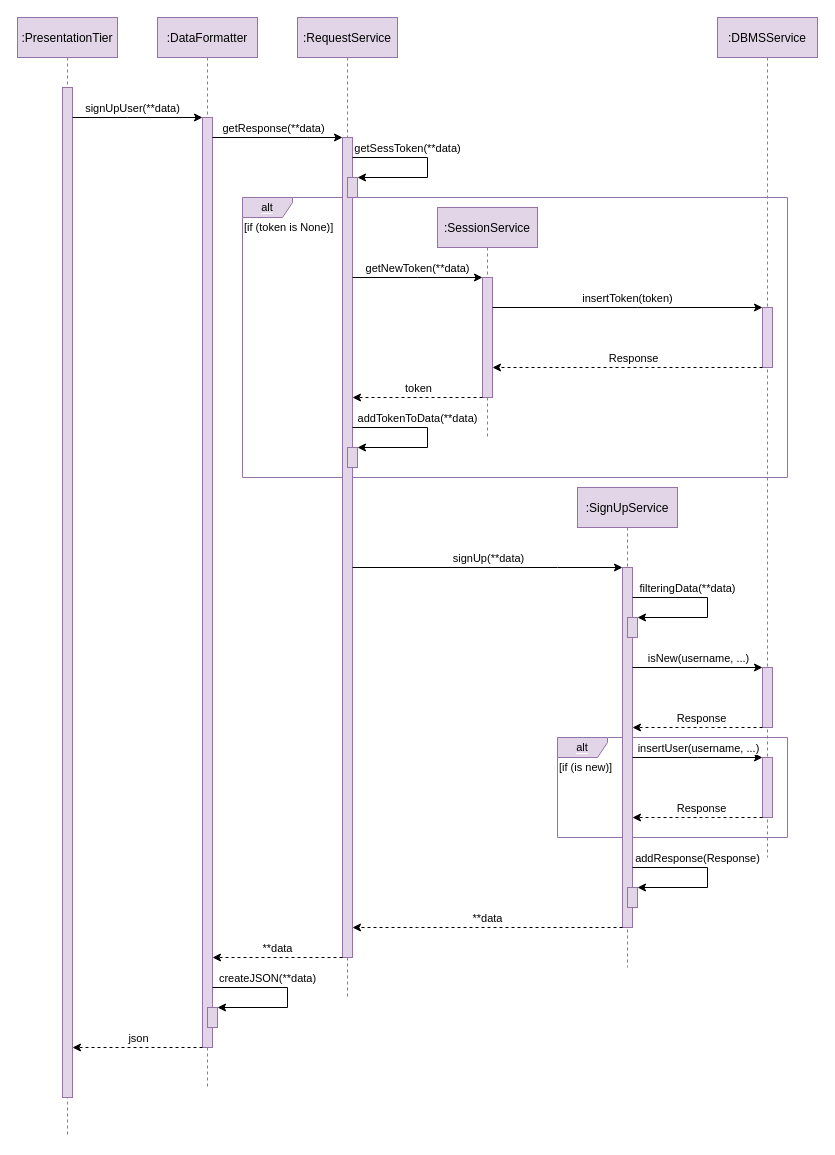
Above: DD/drawio_diagrams/signUp_sequence_diagram.drawio in damiano1996/DerinValencic (draw.io), before the change. Source tidied: cells renumbered, new cells numbered last; positions are measured from the earlier drawing's top-left corner, leaving out a move shared by most shapes. Both pictures are drawn from the tidied source at 100%, with x=0, y=0 at pixel (17, 17).
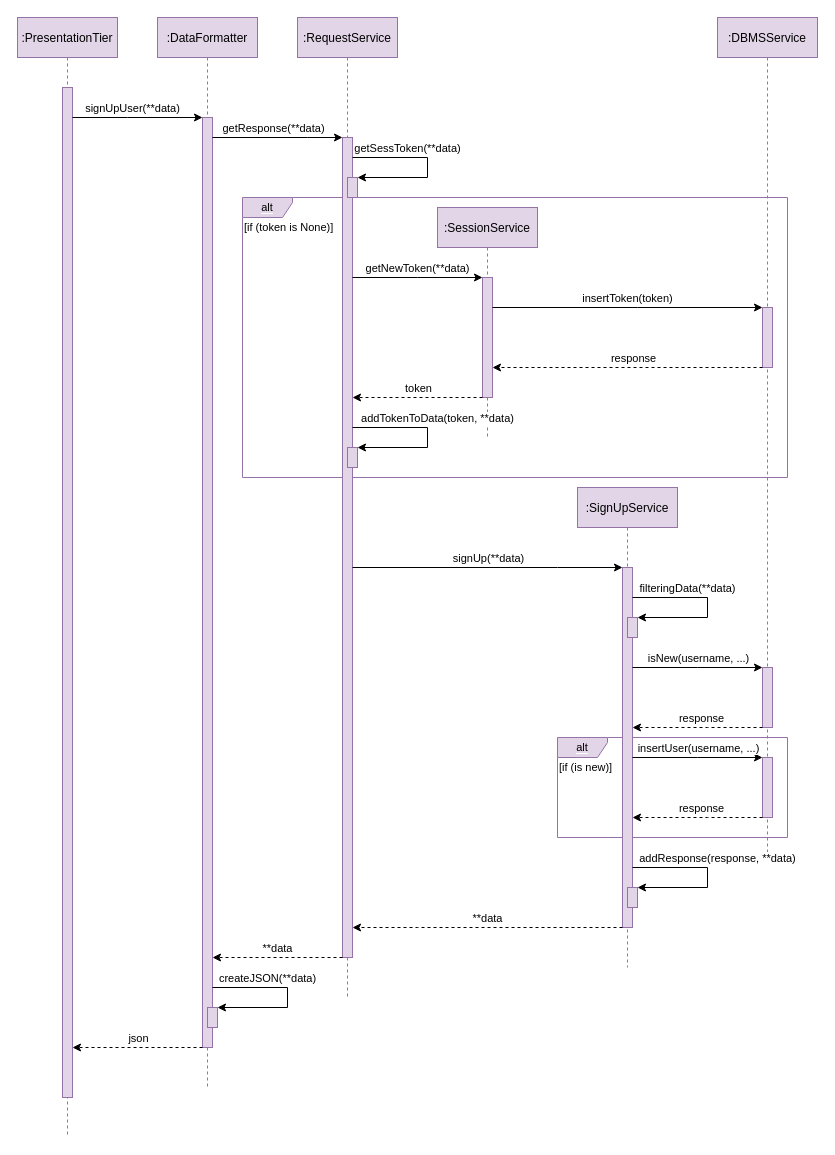
Above is the later version.

The change refers to these unchanged cells:
```xml
<mxCell id="20" style="edgeStyle=orthogonalEdgeStyle;rounded=0;jettySize=auto;html=1;fontSize=11;dashed=1;" parent="14" edge="1" source="17">
  <mxGeometry relative="1" as="geometry">
    <mxPoint x="-85" y="800" as="targetPoint" />
    <Array as="points">
      <mxPoint x="-10" y="800" />
      <mxPoint x="-10" y="800" />
    </Array>
  </mxGeometry>
</mxCell>
<mxCell id="34" style="edgeStyle=orthogonalEdgeStyle;rounded=0;jettySize=auto;html=1;fontSize=11;dashed=1;" parent="1" edge="1" source="15" target="11">
  <mxGeometry relative="1" as="geometry">
    <Array as="points">
      <mxPoint x="530" y="350" />
      <mxPoint x="530" y="350" />
    </Array>
  </mxGeometry>
</mxCell>
<mxCell id="39" style="edgeStyle=orthogonalEdgeStyle;rounded=0;jettySize=auto;html=1;fontSize=11;" parent="1" edge="1" target="38">
  <mxGeometry relative="1" as="geometry">
    <mxPoint x="335" y="410" as="sourcePoint" />
    <Array as="points">
      <mxPoint x="410" y="410" />
      <mxPoint x="410" y="430" />
    </Array>
  </mxGeometry>
</mxCell>
<mxCell id="48" style="edgeStyle=orthogonalEdgeStyle;rounded=0;jettySize=auto;html=1;fontSize=11;dashed=1;" parent="1" edge="1" source="16" target="13">
  <mxGeometry relative="1" as="geometry">
    <Array as="points">
      <mxPoint x="690" y="710" />
      <mxPoint x="690" y="710" />
    </Array>
  </mxGeometry>
</mxCell>
<mxCell id="54" style="edgeStyle=orthogonalEdgeStyle;rounded=0;jettySize=auto;html=1;fontSize=11;" parent="1" edge="1" target="53">
  <mxGeometry relative="1" as="geometry">
    <mxPoint x="615" y="850" as="sourcePoint" />
    <Array as="points">
      <mxPoint x="690" y="850" />
      <mxPoint x="690" y="870" />
    </Array>
  </mxGeometry>
</mxCell>
```

What changed in the source:
```diff
@@
-    <mxCell id="21" value="Response" style="edgeLabel;html=1;align=center;verticalAlign=middle;fontSize=11;" parent="20" vertex="1">
+    <mxCell id="21" value="response" style="edgeLabel;html=1;align=center;verticalAlign=middle;fontSize=11;" parent="20" vertex="1">
       <mxGeometry x="-0.04" y="1" relative="1" as="geometry">
         <mxPoint y="-11" as="offset" />
       </mxGeometry>
     </mxCell>
@@
-    <mxCell id="35" value="Response" style="edgeLabel;html=1;align=center;verticalAlign=middle;fontSize=11;" parent="34" vertex="1">
+    <mxCell id="35" value="response" style="edgeLabel;html=1;align=center;verticalAlign=middle;fontSize=11;" parent="34" vertex="1">
       <mxGeometry x="-0.04" y="1" relative="1" as="geometry">
         <mxPoint y="-11" as="offset" />
       </mxGeometry>
     </mxCell>
@@
-    <mxCell id="40" value="addTokenToData(**data)" style="edgeLabel;html=1;align=center;verticalAlign=middle;fontSize=11;" parent="39" vertex="1">
+    <mxCell id="40" value="addTokenToData(token, **data)" style="edgeLabel;html=1;align=center;verticalAlign=middle;fontSize=11;" parent="39" vertex="1">
       <mxGeometry x="-0.65" y="1" relative="1" as="geometry">
-        <mxPoint x="35" y="-9" as="offset" />
+        <mxPoint x="55.8" y="-9" as="offset" />
       </mxGeometry>
     </mxCell>
@@
-    <mxCell id="49" value="Response" style="edgeLabel;html=1;align=center;verticalAlign=middle;fontSize=11;" parent="48" vertex="1">
+    <mxCell id="49" value="response" style="edgeLabel;html=1;align=center;verticalAlign=middle;fontSize=11;" parent="48" vertex="1">
       <mxGeometry x="-0.04" y="1" relative="1" as="geometry">
         <mxPoint y="-11" as="offset" />
       </mxGeometry>
     </mxCell>
@@
-    <mxCell id="55" value="addResponse(Response)" style="edgeLabel;html=1;align=center;verticalAlign=middle;fontSize=11;" parent="54" vertex="1">
+    <mxCell id="55" value="addResponse(response, **data)" style="edgeLabel;html=1;align=center;verticalAlign=middle;fontSize=11;" parent="54" vertex="1">
       <mxGeometry x="-0.65" y="1" relative="1" as="geometry">
-        <mxPoint x="35.8" y="-9" as="offset" />
+        <mxPoint x="55.8" y="-9" as="offset" />
       </mxGeometry>
     </mxCell>
```
